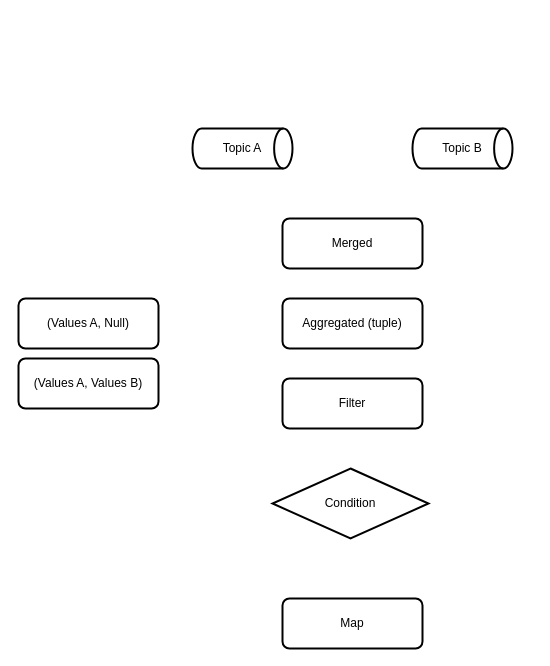
This is Kafka-Control.drawio from wunyu/drawio, a draw.io file, before an edit. Source tidied: cells renumbered, new cells numbered last; positions are measured from the earlier drawing's top-left corner, leaving out a move shared by most shapes. Both pictures are drawn from the tidied source at 100%, with x=0, y=0 at pixel (18, 128).
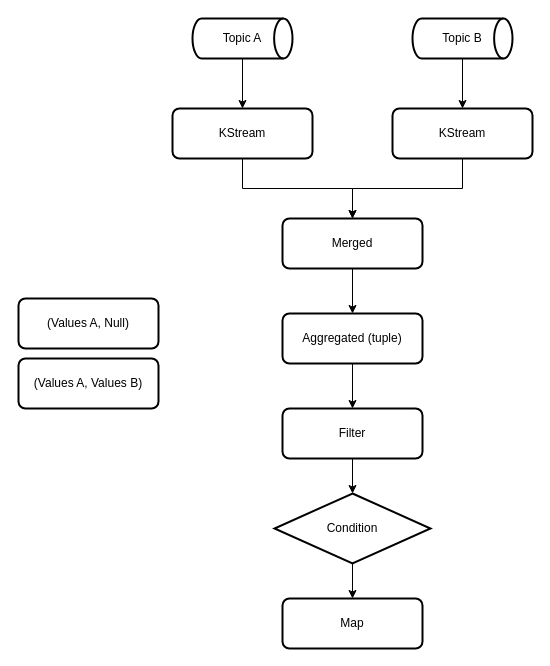
Above is the later version.

The change refers to these unchanged cells:
```xml
<mxCell id="4" value="Merged" style="rounded=1;whiteSpace=wrap;html=1;absoluteArcSize=1;arcSize=14;strokeWidth=2;" parent="1" vertex="1">
  <mxGeometry x="264" y="90" width="140" height="50" as="geometry" />
</mxCell>
<mxCell id="8" value="Map" style="rounded=1;whiteSpace=wrap;html=1;absoluteArcSize=1;arcSize=14;strokeWidth=2;" parent="1" vertex="1">
  <mxGeometry x="264" y="470" width="140" height="50" as="geometry" />
</mxCell>
```

What changed in the source:
```diff
@@
+    <mxCell id="11" style="edgeStyle=orthogonalEdgeStyle;rounded=0;jettySize=auto;html=1;" parent="1" edge="1" source="2" target="18">
+      <mxGeometry relative="1" as="geometry" />
+    </mxCell>
     <mxCell id="2" value="Topic A" style="strokeWidth=2;html=1;shape=mxgraph.flowchart.direct_data;whiteSpace=wrap;" parent="1" vertex="1">
-      <mxGeometry x="174" width="100" height="40" as="geometry" />
+      <mxGeometry x="174" y="-110" width="100" height="40" as="geometry" />
     </mxCell>
+    <mxCell id="12" style="edgeStyle=orthogonalEdgeStyle;rounded=0;jettySize=auto;html=1;" parent="1" edge="1" source="3" target="20">
+      <mxGeometry relative="1" as="geometry" />
+    </mxCell>
     <mxCell id="3" value="Topic B" style="strokeWidth=2;html=1;shape=mxgraph.flowchart.direct_data;whiteSpace=wrap;" parent="1" vertex="1">
-      <mxGeometry x="394" width="100" height="40" as="geometry" />
+      <mxGeometry x="394" y="-110" width="100" height="40" as="geometry" />
     </mxCell>
+    <mxCell id="13" style="edgeStyle=orthogonalEdgeStyle;rounded=0;jettySize=auto;html=1;" parent="1" edge="1" source="4" target="6">
+      <mxGeometry relative="1" as="geometry" />
+    </mxCell>
@@
+    <mxCell id="14" style="edgeStyle=orthogonalEdgeStyle;rounded=0;jettySize=auto;html=1;" parent="1" edge="1" source="5" target="7">
+      <mxGeometry relative="1" as="geometry" />
+    </mxCell>
     <mxCell id="5" value="Filter" style="rounded=1;whiteSpace=wrap;html=1;absoluteArcSize=1;arcSize=14;strokeWidth=2;" parent="1" vertex="1">
-      <mxGeometry x="264" y="250" width="140" height="50" as="geometry" />
+      <mxGeometry x="264" y="280" width="140" height="50" as="geometry" />
     </mxCell>
+    <mxCell id="15" style="edgeStyle=orthogonalEdgeStyle;rounded=0;jettySize=auto;html=1;" parent="1" edge="1" source="6" target="5">
+      <mxGeometry relative="1" as="geometry" />
+    </mxCell>
     <mxCell id="6" value="Aggregated (tuple)" style="rounded=1;whiteSpace=wrap;html=1;absoluteArcSize=1;arcSize=14;strokeWidth=2;" parent="1" vertex="1">
-      <mxGeometry x="264" y="170" width="140" height="50" as="geometry" />
+      <mxGeometry x="264" y="185" width="140" height="50" as="geometry" />
     </mxCell>
+    <mxCell id="16" style="edgeStyle=orthogonalEdgeStyle;rounded=0;jettySize=auto;html=1;" parent="1" edge="1" source="7" target="8">
+      <mxGeometry relative="1" as="geometry" />
+    </mxCell>
     <mxCell id="7" value="Condition" style="strokeWidth=2;html=1;shape=mxgraph.flowchart.decision;whiteSpace=wrap;" parent="1" vertex="1">
-      <mxGeometry x="254" y="340" width="156" height="70" as="geometry" />
+      <mxGeometry x="256" y="365" width="156" height="70" as="geometry" />
     </mxCell>
@@
+    <mxCell id="17" style="edgeStyle=orthogonalEdgeStyle;rounded=0;jettySize=auto;html=1;" parent="1" edge="1" source="18" target="4">
+      <mxGeometry relative="1" as="geometry" />
+    </mxCell>
+    <mxCell id="18" value="KStream" style="rounded=1;whiteSpace=wrap;html=1;absoluteArcSize=1;arcSize=14;strokeWidth=2;" parent="1" vertex="1">
+      <mxGeometry x="154" y="-20" width="140" height="50" as="geometry" />
+    </mxCell>
+    <mxCell id="19" style="edgeStyle=orthogonalEdgeStyle;rounded=0;jettySize=auto;html=1;" parent="1" edge="1" source="20" target="4">
+      <mxGeometry relative="1" as="geometry" />
+    </mxCell>
+    <mxCell id="20" value="KStream" style="rounded=1;whiteSpace=wrap;html=1;absoluteArcSize=1;arcSize=14;strokeWidth=2;" parent="1" vertex="1">
+      <mxGeometry x="374" y="-20" width="140" height="50" as="geometry" />
+    </mxCell>
```
